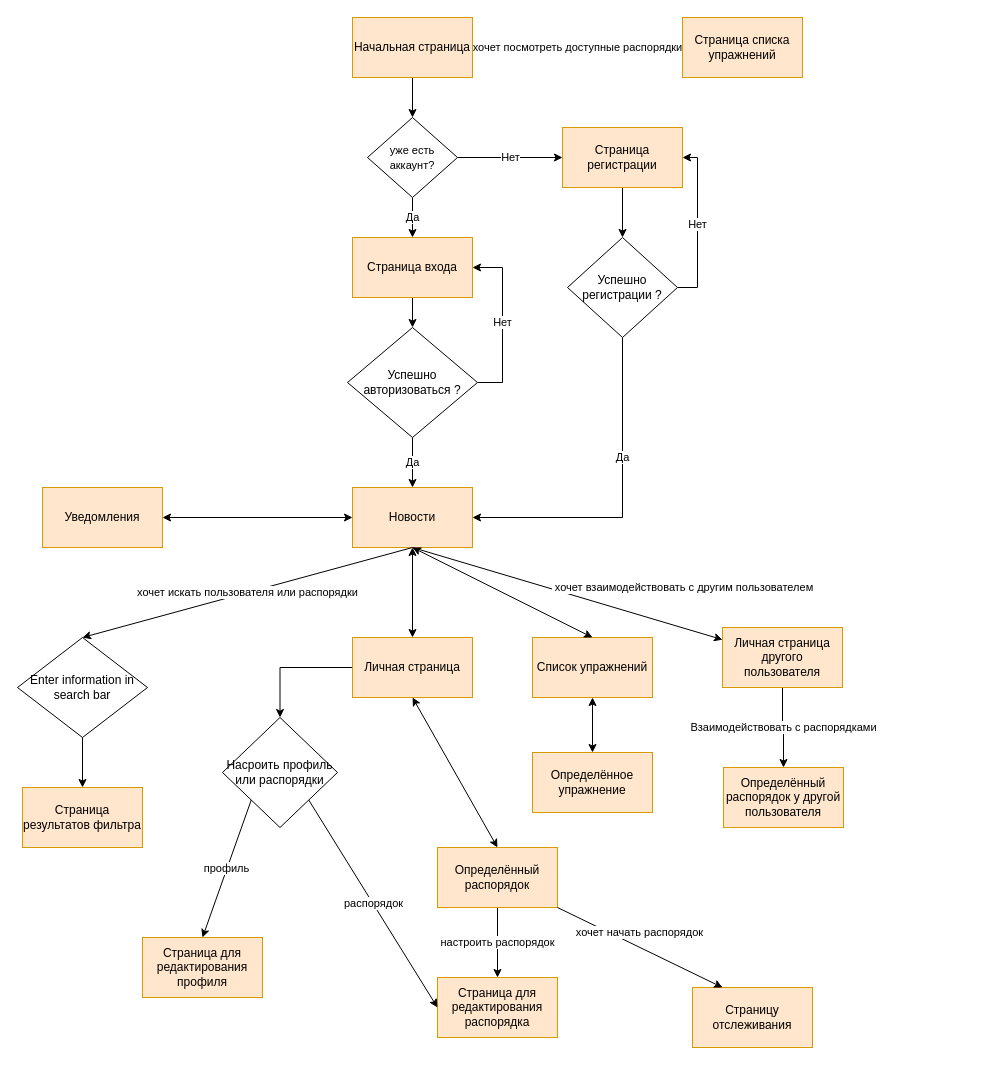
Maybenex1ime/Web_Project_Autumn_2021 keeps this draw.io diagram as Diagrams/UI Diagram.drawio. Above is the earlier version. Source tidied: cells renumbered, new cells numbered last; positions are measured from the earlier drawing's top-left corner, leaving out a move shared by most shapes. Both pictures are drawn from the tidied source at 100%, with x=0, y=0 at pixel (17, 17).
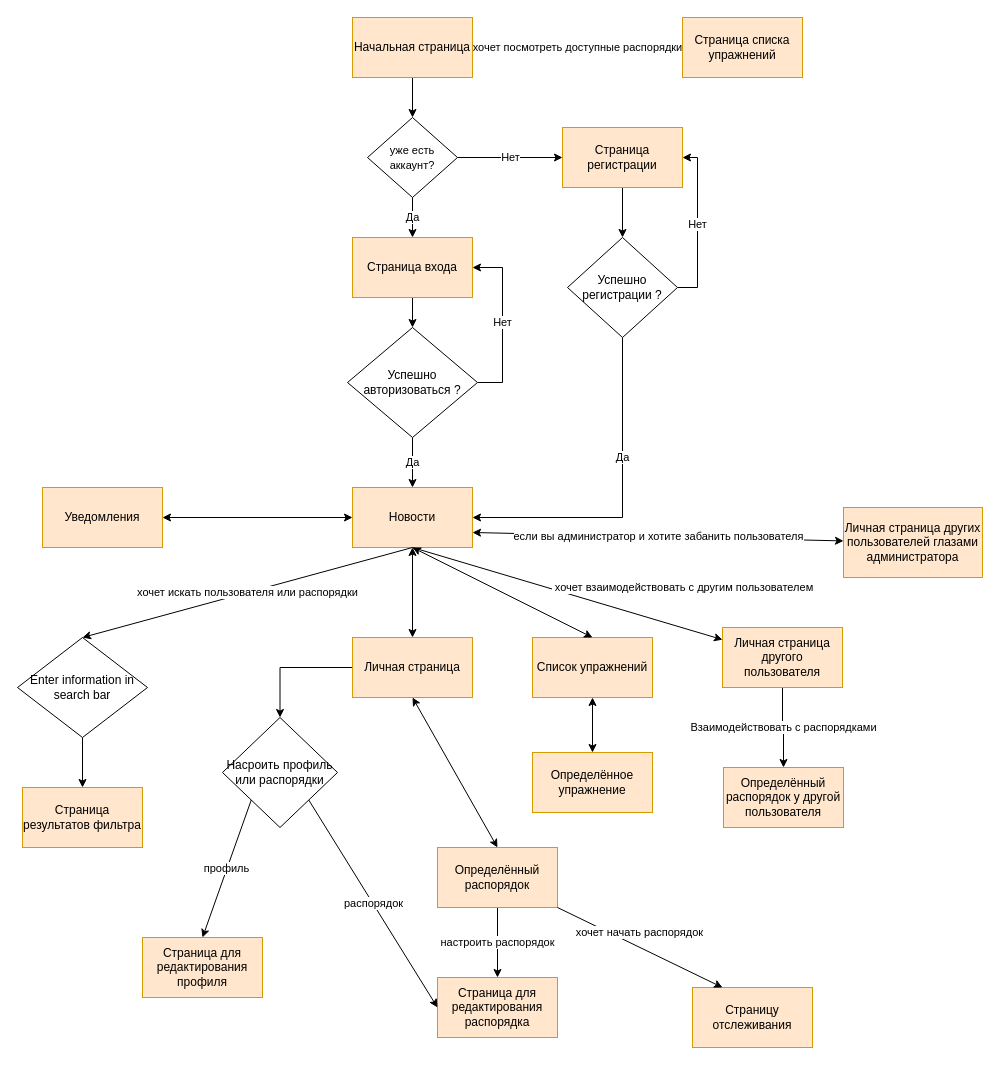
The same page after the edit.

Unchanged cells that the change refers to:
```xml
<mxCell id="16" value="Новости" style="whiteSpace=wrap;html=1;rounded=0;fillColor=#ffe6cc;strokeColor=#d79b00;" parent="1" vertex="1">
  <mxGeometry x="335" y="470" width="120" height="60" as="geometry" />
</mxCell>
```

Diff of the diagram source:
```diff
@@
+    <mxCell id="47" value="если вы администратор и хотите забанить пользователя" style="endArrow=classic;startArrow=classic;html=1;rounded=0;exitX=1;exitY=0.75;exitDx=0;exitDy=0;" parent="1" edge="1" source="16" target="48">
+      <mxGeometry relative="1" as="geometry" />
+    </mxCell>
+    <mxCell id="48" value="Личная страница других пользователей глазами администратора" style="rounded=0;whiteSpace=wrap;html=1;fillColor=#ffe6cc;strokeColor=#d79b00;" parent="1" vertex="1">
+      <mxGeometry x="826" y="490" width="139" height="70" as="geometry" />
+    </mxCell>
```
